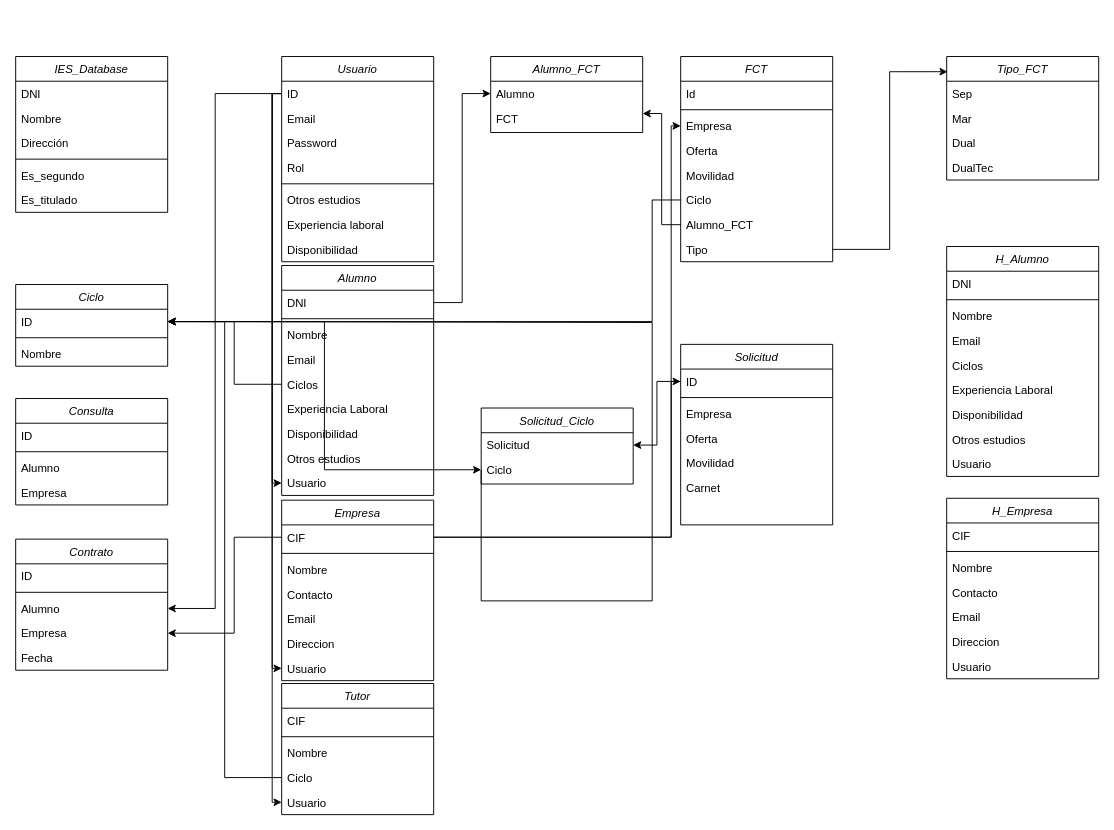
This is Bolsa de empleo.drawio from Buhuk/diagramas, a draw.io file, before an edit. Source tidied: cells renumbered, new cells numbered last; positions are measured from the earlier drawing's top-left corner, leaving out a move shared by most shapes. Both pictures are drawn from the tidied source at 95%, with x=0, y=0 at pixel (15, 56).
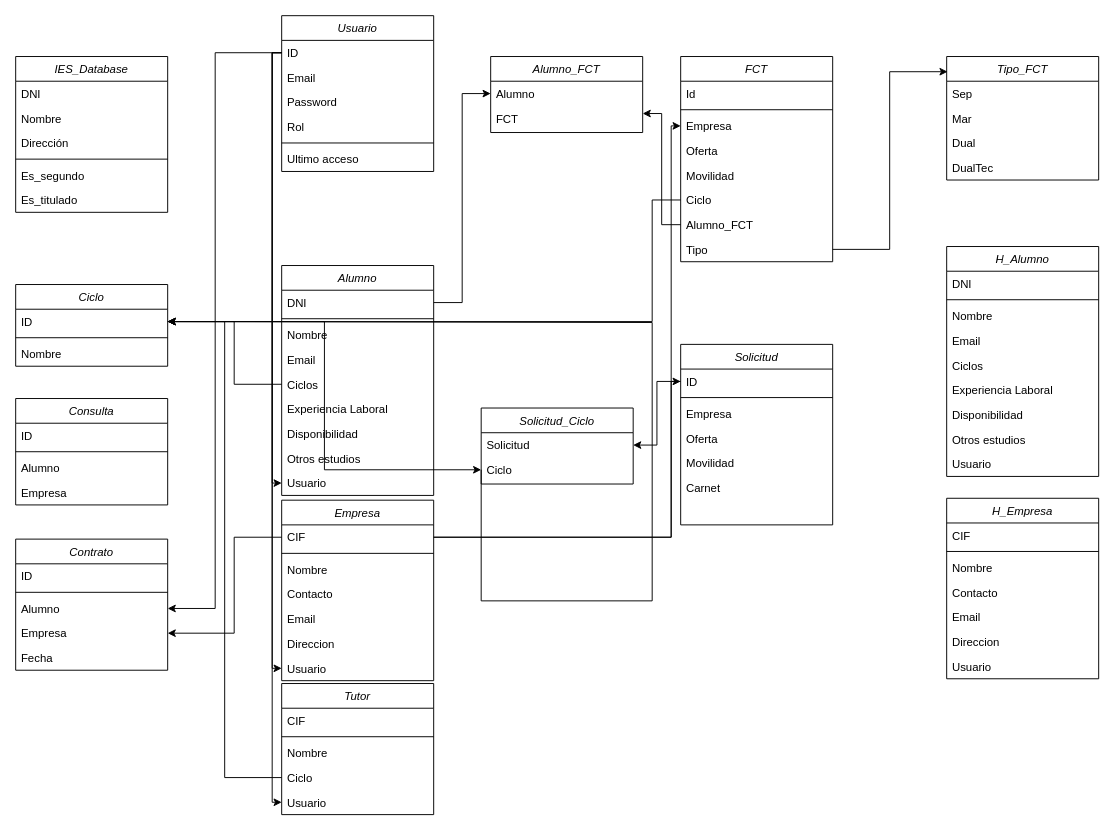
The same page after the edit.

Commit message:
Cambios tabla usuario

The change refers to these unchanged cells:
```xml
<mxCell id="3" value="ID" style="text;align=left;verticalAlign=top;spacingLeft=4;spacingRight=4;overflow=hidden;points=[[0,0.5],[1,0.5]];portConstraint=eastwest;rounded=0;shadow=0;html=0;" parent="2" vertex="1">
  <mxGeometry y="26" width="160" height="26" as="geometry" />
</mxCell>
<mxCell id="20" value="Usuario" style="text;align=left;verticalAlign=top;spacingLeft=4;spacingRight=4;overflow=hidden;points=[[0,0.5],[1,0.5]];portConstraint=eastwest;" parent="11" vertex="1">
  <mxGeometry y="216" width="160" height="26" as="geometry" />
</mxCell>
<mxCell id="28" value="Usuario" style="text;align=left;verticalAlign=top;spacingLeft=4;spacingRight=4;overflow=hidden;points=[[0,0.5],[1,0.5]];portConstraint=eastwest;" parent="21" vertex="1">
  <mxGeometry y="164" width="160" height="26" as="geometry" />
</mxCell>
<mxCell id="61" value="Usuario" style="text;align=left;verticalAlign=top;spacingLeft=4;spacingRight=4;overflow=hidden;points=[[0,0.5],[1,0.5]];portConstraint=eastwest;" parent="56" vertex="1">
  <mxGeometry y="112" width="160" height="26" as="geometry" />
</mxCell>
<mxCell id="65" value="Alumno" style="text;align=left;verticalAlign=top;spacingLeft=4;spacingRight=4;overflow=hidden;points=[[0,0.5],[1,0.5]];portConstraint=eastwest;" parent="62" vertex="1">
  <mxGeometry y="60" width="160" height="26" as="geometry" />
</mxCell>
```

The edit, as a diff of the source:
```diff
@@
     <mxCell id="2" value="Usuario" style="swimlane;fontStyle=2;align=center;verticalAlign=top;horizontal=1;startSize=26;rounded=0;shadow=0;strokeWidth=1;" parent="1" vertex="1">
-      <mxGeometry x="280" width="160" height="216" as="geometry" />
+      <mxGeometry x="280" y="-43" width="160" height="164" as="geometry" />
     </mxCell>
@@
-    <mxCell id="8" value="Otros estudios" style="text;align=left;verticalAlign=top;spacingLeft=4;spacingRight=4;overflow=hidden;" parent="2" vertex="1">
-      <mxGeometry y="138" width="160" height="26" as="geometry" />
-    </mxCell>
-    <mxCell id="9" value="Experiencia laboral" style="text;align=left;verticalAlign=top;spacingLeft=4;spacingRight=4;overflow=hidden;" parent="2" vertex="1">
-      <mxGeometry y="164" width="160" height="26" as="geometry" />
-    </mxCell>
-    <mxCell id="10" value="Disponibilidad" style="text;align=left;verticalAlign=top;spacingLeft=4;spacingRight=4;overflow=hidden;" parent="2" vertex="1">
-      <mxGeometry y="190" width="160" height="26" as="geometry" />
-    </mxCell>
+    <mxCell id="118" value="Ultimo acceso" style="text;align=left;verticalAlign=top;spacingLeft=4;spacingRight=4;overflow=hidden;" parent="2" vertex="1">
+      <mxGeometry y="138" width="160" height="26" as="geometry" />
+    </mxCell>
@@
     <mxCell id="87" style="edgeStyle=orthogonalEdgeStyle;rounded=0;jettySize=auto;html=1;exitX=0;exitY=0.5;exitDx=0;exitDy=0;entryX=0;entryY=0.5;entryDx=0;entryDy=0;" parent="1" edge="1" source="3" target="20">
       <mxGeometry relative="1" as="geometry">
         <Array as="points">
-          <mxPoint x="270" y="39" />
+          <mxPoint x="270" y="-4" />
           <mxPoint x="270" y="449" />
         </Array>
       </mxGeometry>
     </mxCell>
     <mxCell id="88" style="edgeStyle=orthogonalEdgeStyle;rounded=0;jettySize=auto;html=1;exitX=0;exitY=0.5;exitDx=0;exitDy=0;entryX=0;entryY=0.5;entryDx=0;entryDy=0;" parent="1" edge="1" source="3" target="28">
       <mxGeometry relative="1" as="geometry">
         <Array as="points">
-          <mxPoint x="270" y="39" />
+          <mxPoint x="270" y="-4" />
           <mxPoint x="270" y="644" />
         </Array>
       </mxGeometry>
     </mxCell>
     <mxCell id="89" style="edgeStyle=orthogonalEdgeStyle;rounded=0;jettySize=auto;html=1;exitX=0;exitY=0.5;exitDx=0;exitDy=0;entryX=0;entryY=0.5;entryDx=0;entryDy=0;" parent="1" edge="1" source="3" target="61">
       <mxGeometry relative="1" as="geometry">
         <Array as="points">
-          <mxPoint x="270" y="39" />
+          <mxPoint x="270" y="-4" />
           <mxPoint x="270" y="785" />
         </Array>
       </mxGeometry>
     </mxCell>
@@
     <mxCell id="92" style="edgeStyle=orthogonalEdgeStyle;rounded=0;jettySize=auto;html=1;exitX=0;exitY=0.5;exitDx=0;exitDy=0;entryX=1;entryY=0.5;entryDx=0;entryDy=0;" parent="1" edge="1" source="3" target="65">
       <mxGeometry relative="1" as="geometry">
         <Array as="points">
-          <mxPoint x="210" y="39" />
+          <mxPoint x="210" y="-4" />
           <mxPoint x="210" y="581" />
         </Array>
       </mxGeometry>
     </mxCell>
```
